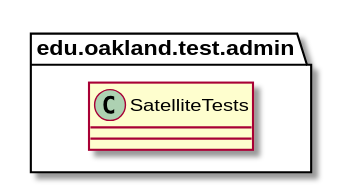
The PlantUML diagram docs/uml-class-diagrams/admin/test/SatelliteTests/SatelliteTests.svg in elilley15/csi-3370-software-project, before a commit.
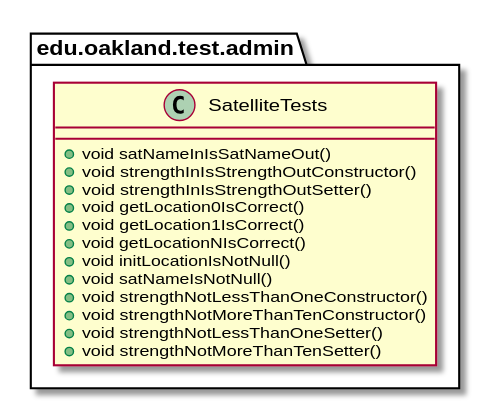
The same diagram one commit later.

What changed in the source:
```diff
@@ -2,7 +2,18 @@
 
 package edu.oakland.test.admin {
     class SatelliteTests {
-
+       + void satNameInIsSatNameOut()
+       + void strengthInIsStrengthOutConstructor()
+       + void strengthInIsStrengthOutSetter()
+       + void getLocation0IsCorrect()
+       + void getLocation1IsCorrect()
+       + void getLocationNIsCorrect()
+       + void initLocationIsNotNull()
+       + void satNameIsNotNull()
+       + void strengthNotLessThanOneConstructor()
+       + void strengthNotMoreThanTenConstructor()
+       + void strengthNotLessThanOneSetter()
+       + void strengthNotMoreThanTenSetter()
     }
 }
 
```
